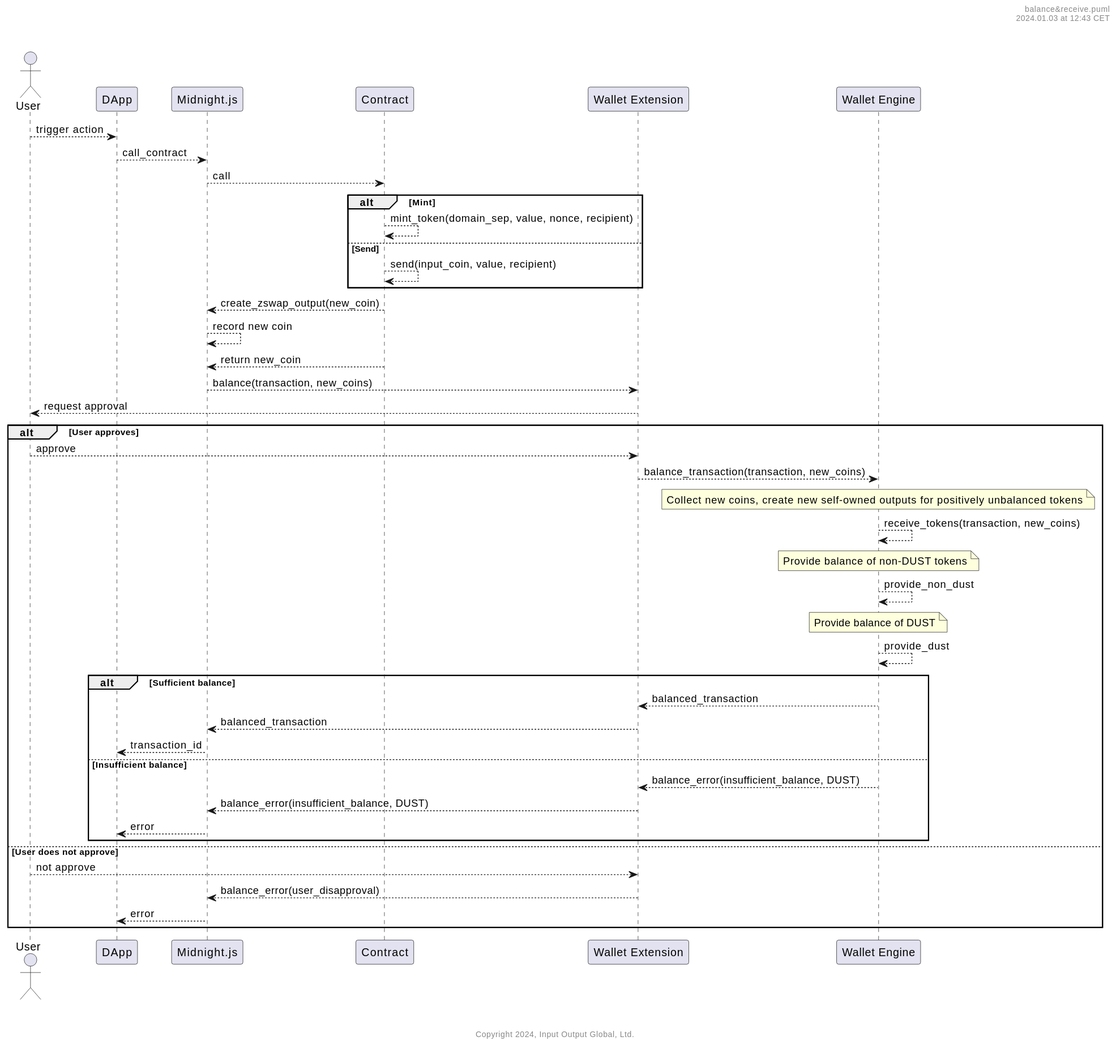
midnightntwrk/midnight-architecture keeps this PlantUML diagram as flowlets/native-tokens/balance&receive/Balance & Receive.svg. Above is the earlier version. Its diagram source:
```plantuml
@startuml "Balance & Receive"

header %filename()\n%date("yyyy.MM.dd' at 'HH:mm z")\n\n\n

actor User

participant DApp

participant "Midnight.js" as mnjs

participant "Contract" as contract

participant "Wallet Extension" as wallet_extension

participant "Wallet Engine" as wallet_engine

User --> DApp : trigger action
DApp --> mnjs : call_contract
mnjs --> contract : call
alt Mint
  contract --> contract : mint_token(domain_sep, value, nonce, recipient)
else Send
  contract --> contract : send(input_coin, value, recipient)
end
contract --> mnjs : create_zswap_output(new_coin)
mnjs --> mnjs : record new coin
contract --> mnjs : return new_coin
mnjs --> wallet_extension : balance(transaction, new_coins)
wallet_extension --> User : request approval
alt User approves
  User --> wallet_extension : approve
  wallet_extension --> wallet_engine : balance_transaction(transaction, new_coins)
  note over wallet_engine : Collect new coins, create new self-owned outputs for positively unbalanced tokens
  wallet_engine --> wallet_engine : receive_tokens(transaction, new_coins)
  note over wallet_engine : Provide balance of non-DUST tokens
  wallet_engine --> wallet_engine : provide_non_dust
  note over wallet_engine : Provide balance of DUST
  wallet_engine --> wallet_engine : provide_dust
  alt Sufficient balance
    wallet_engine --> wallet_extension : balanced_transaction
    wallet_extension --> mnjs : balanced_transaction
    mnjs --> DApp : transaction_id
  else Insufficient balance
    wallet_engine --> wallet_extension : balance_error(insufficient_balance, DUST)
    wallet_extension --> mnjs : balance_error(insufficient_balance, DUST)
    mnjs --> DApp : error
  end
else User does not approve
  User --> wallet_extension : not approve
  wallet_extension --> mnjs : balance_error(user_disapproval)
  mnjs --> DApp : error
end
footer \n\n\nCopyright %date("yyyy"), Input Output Global, Ltd.


@enduml
```
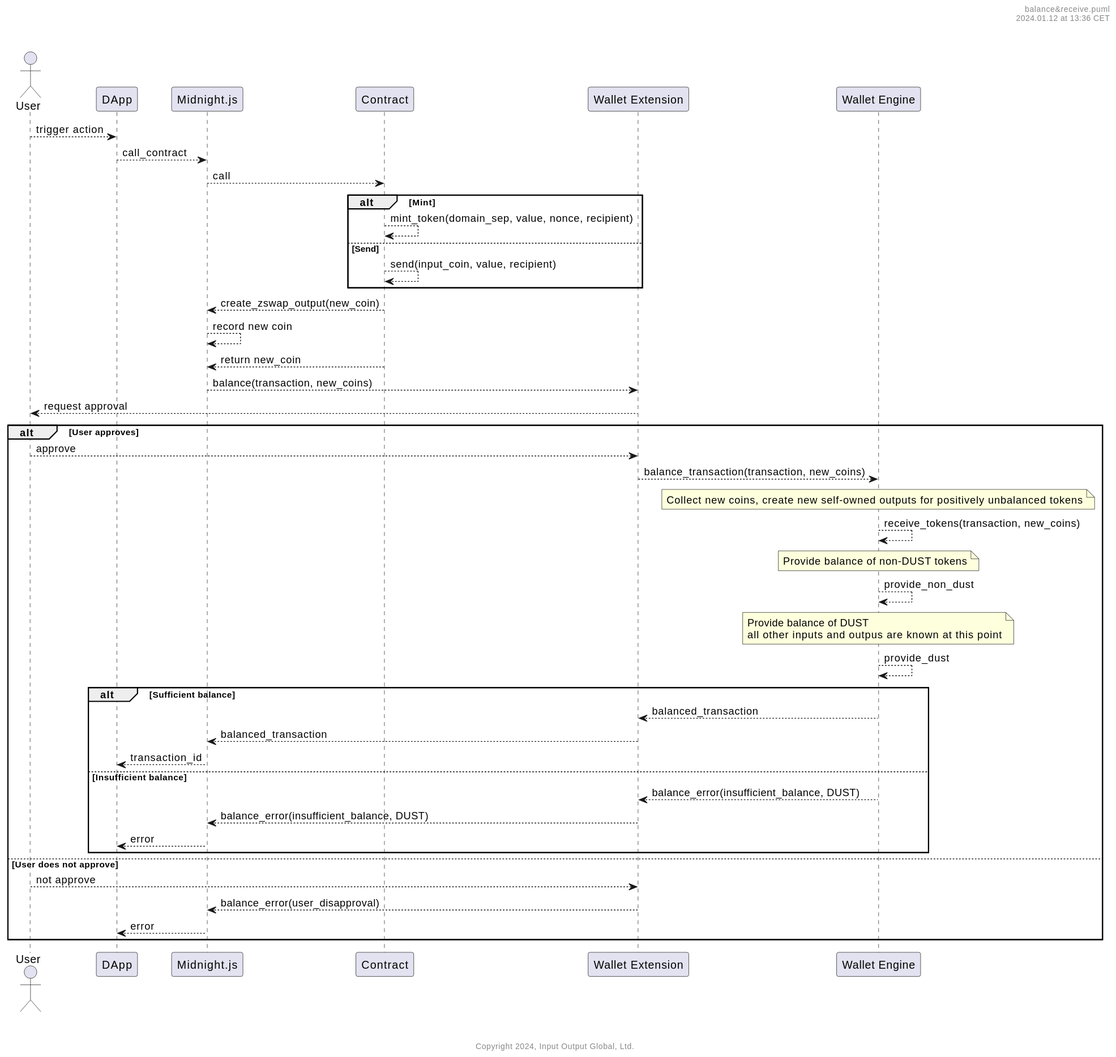
After the change.

Commit message:
Add clarification why DUST needs to be balanced after other tokens

Diff of the diagram source:
```diff
@@ -34,7 +34,7 @@
   wallet_engine --> wallet_engine : receive_tokens(transaction, new_coins)
   note over wallet_engine : Provide balance of non-DUST tokens
   wallet_engine --> wallet_engine : provide_non_dust
-  note over wallet_engine : Provide balance of DUST
+  note over wallet_engine : Provide balance of DUST\nall other inputs and outpus are known at this point
   wallet_engine --> wallet_engine : provide_dust
   alt Sufficient balance
     wallet_engine --> wallet_extension : balanced_transaction
```
